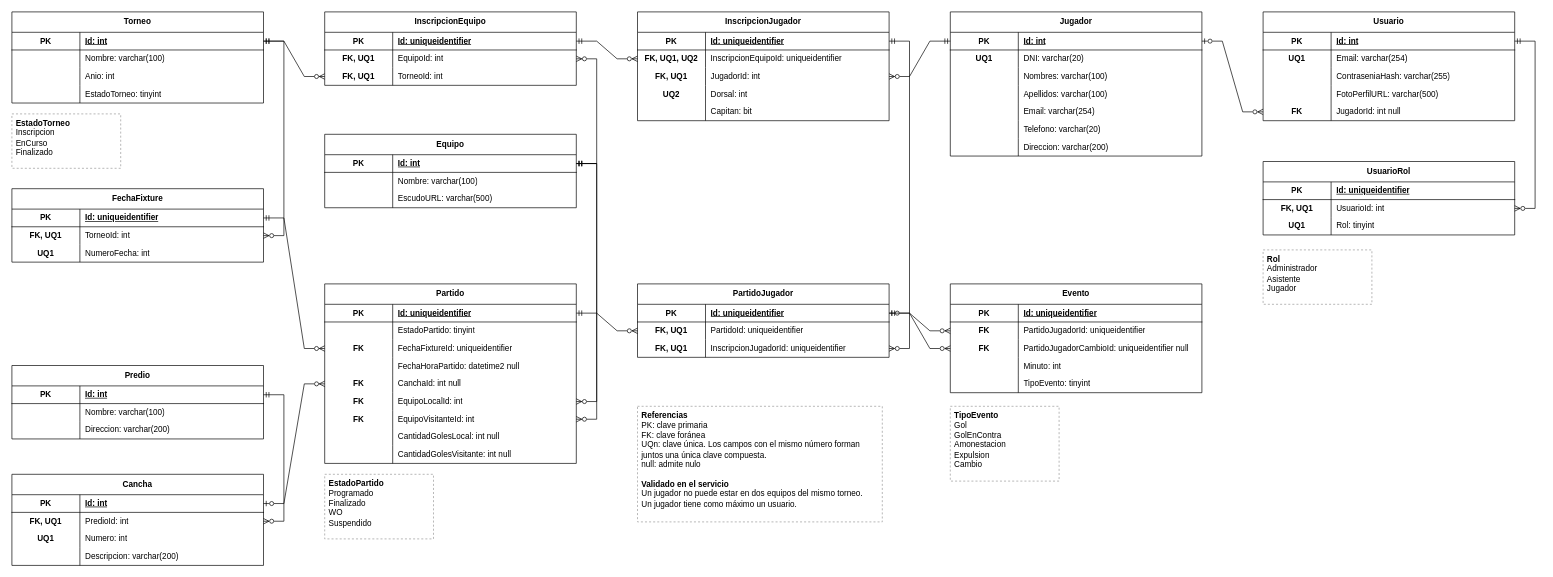
The draw.io diagram docs/modelo-de-datos.drawio in mateorindello1/LigaHub-BE, before the edit. Source tidied: cells renumbered, new cells numbered last; positions are measured from the earlier drawing's top-left corner, leaving out a move shared by most shapes. Both pictures are drawn from the tidied source at 68%, with x=0, y=0 at pixel (12, 12).
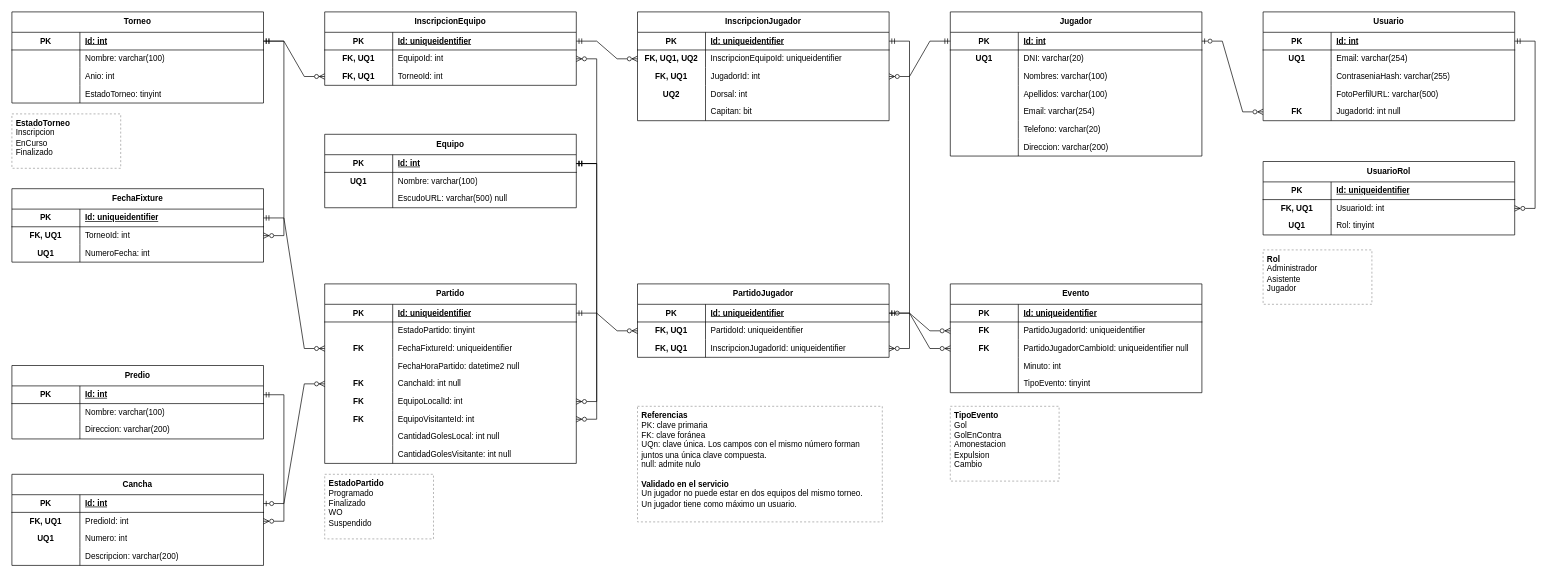
The same diagram, later.

The change refers to these unchanged cells:
```xml
<mxCell id="62" style="shape=tableRow;horizontal=0;startSize=0;swimlaneHead=0;swimlaneBody=0;fillColor=none;top=0;left=0;right=0;bottom=0;html=1;" parent="58" vertex="1">
  <mxGeometry y="56" width="370" height="26" as="geometry" />
</mxCell>
<mxCell id="65" style="shape=tableRow;horizontal=0;startSize=0;swimlaneHead=0;swimlaneBody=0;fillColor=none;top=0;left=0;right=0;bottom=0;html=1;" parent="58" vertex="1">
  <mxGeometry y="82" width="370" height="26" as="geometry" />
</mxCell>
```

The edit, as a diff of the source:
```diff
@@
-    <mxCell id="63" style="shape=partialRectangle;fillColor=none;top=0;left=0;bottom=0;right=0;fontStyle=1;overflow=hidden;whiteSpace=wrap;html=1;" parent="62" vertex="1">
+    <mxCell id="63" value="UQ1" style="shape=partialRectangle;fillColor=none;top=0;left=0;bottom=0;right=0;fontStyle=1;overflow=hidden;whiteSpace=wrap;html=1;" parent="62" vertex="1">
       <mxGeometry width="100" height="26" as="geometry" />
     </mxCell>
@@
-    <mxCell id="67" value="EscudoURL: varchar(500)" style="shape=partialRectangle;fillColor=none;top=0;left=0;bottom=0;right=0;align=left;spacingLeft=6;fontStyle=0;overflow=hidden;whiteSpace=wrap;html=1;" parent="65" vertex="1">
+    <mxCell id="67" value="EscudoURL: varchar(500) null" style="shape=partialRectangle;fillColor=none;top=0;left=0;bottom=0;right=0;align=left;spacingLeft=6;fontStyle=0;overflow=hidden;whiteSpace=wrap;html=1;" parent="65" vertex="1">
       <mxGeometry x="100" width="270" height="26" as="geometry" />
     </mxCell>
```
